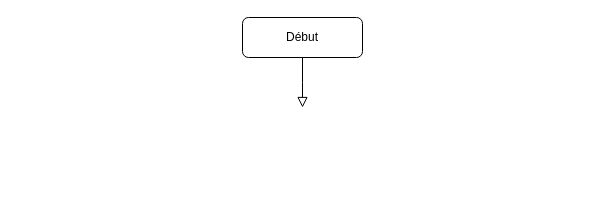
Before: Graphiques/Fonctions/SetSudo.drawio in DimitriObeid/Linux-reinstall, a draw.io diagram. Source tidied: cells renumbered, new cells numbered last; positions are measured from the earlier drawing's top-left corner, leaving out a move shared by most shapes. Both pictures are drawn from the tidied source at 100%, with x=0, y=0 at pixel (242, 17).
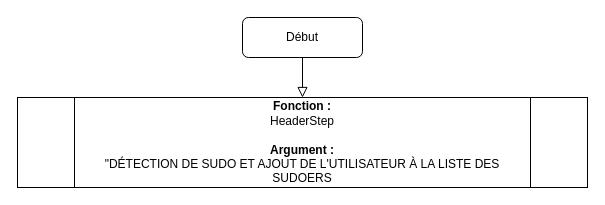
The same diagram, later.

The edit, as a diff of the source:
```diff
@@
 <mxGraphModel>
   <root>
     <mxCell id="0" />
     <mxCell id="1" parent="0" />
-    <mxCell id="2" style="rounded=0;html=1;jettySize=auto;fontSize=11;endArrow=block;endFill=0;endSize=8;strokeWidth=1;shadow=0;labelBackgroundColor=none;edgeStyle=orthogonalEdgeStyle;" parent="1" edge="1" source="3">
-      <mxGeometry relative="1" as="geometry">
-        <mxPoint x="60" y="90" as="targetPoint" />
-      </mxGeometry>
+    <mxCell id="2" style="rounded=0;html=1;jettySize=auto;fontSize=11;endArrow=block;endFill=0;endSize=8;strokeWidth=1;shadow=0;labelBackgroundColor=none;edgeStyle=orthogonalEdgeStyle;entryX=0.5;entryY=0;entryDx=0;entryDy=0;" parent="1" edge="1" source="3" target="4">
+      <mxGeometry relative="1" as="geometry" />
     </mxCell>
     <mxCell id="3" value="Début" style="rounded=1;whiteSpace=wrap;html=1;fontSize=12;glass=0;strokeWidth=1;shadow=0;" parent="1" vertex="1">
       <mxGeometry width="120" height="40" as="geometry" />
     </mxCell>
+    <mxCell id="4" value="&lt;b&gt;Fonction :&lt;br&gt;&lt;/b&gt;HeaderStep&lt;br&gt;&lt;br&gt;&lt;b&gt;Argument :&lt;br&gt;&lt;/b&gt;&quot;DÉTECTION&amp;nbsp;DE SUDO ET AJOUT DE L'UTILISATEUR À LA LISTE DES SUDOERS" style="shape=process;whiteSpace=wrap;html=1;backgroundOutline=1;" parent="1" vertex="1">
+      <mxGeometry x="-225" y="80" width="570" height="90" as="geometry" />
+    </mxCell>
   </root>
 </mxGraphModel>
```
